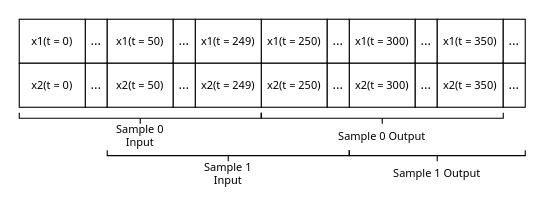
The draw.io diagram plots/two_samples.drawio in visserle/two-hearts, before the edit. Source tidied: cells renumbered, new cells numbered last; positions are measured from the earlier drawing's top-left corner, leaving out a move shared by most shapes. Both pictures are drawn from the tidied source at 110%, with x=0, y=0 at pixel (19, -3).
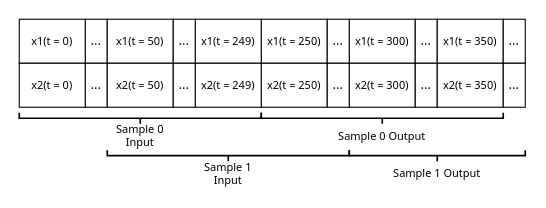
Above is the later version.

Diff of the diagram source:
```diff
@@
-    <mxCell id="24" style="strokeWidth=1;html=1;shape=mxgraph.flowchart.annotation_2;align=left;labelPosition=right;fontSize=10;rotation=-90;fontFamily=Tahoma;" parent="1" vertex="1">
+    <mxCell id="24" style="strokeWidth=1.5;html=1;shape=mxgraph.flowchart.annotation_2;align=left;labelPosition=right;fontSize=10;rotation=-90;fontFamily=Tahoma;" parent="1" vertex="1">
       <mxGeometry x="105" width="10" height="220" as="geometry" />
     </mxCell>
@@
-    <mxCell id="29" style="strokeWidth=1;html=1;shape=mxgraph.flowchart.annotation_2;align=left;labelPosition=right;fontSize=10;rotation=-90;fontFamily=Tahoma;" parent="1" vertex="1">
+    <mxCell id="29" style="strokeWidth=1.5;html=1;shape=mxgraph.flowchart.annotation_2;align=left;labelPosition=right;fontSize=10;rotation=-90;fontFamily=Tahoma;" parent="1" vertex="1">
       <mxGeometry x="185" y="34" width="10" height="220" as="geometry" />
     </mxCell>
-    <mxCell id="30" style="strokeWidth=1;html=1;shape=mxgraph.flowchart.annotation_2;align=left;labelPosition=right;fontSize=10;rotation=-90;fontFamily=Tahoma;" parent="1" vertex="1">
+    <mxCell id="30" style="strokeWidth=1.5;html=1;shape=mxgraph.flowchart.annotation_2;align=left;labelPosition=right;fontSize=10;rotation=-90;fontFamily=Tahoma;" parent="1" vertex="1">
       <mxGeometry x="325" width="10" height="220" as="geometry" />
     </mxCell>
-    <mxCell id="31" style="strokeWidth=1;html=1;shape=mxgraph.flowchart.annotation_2;align=left;labelPosition=right;fontSize=10;rotation=-90;fontFamily=Tahoma;" parent="1" vertex="1">
+    <mxCell id="31" style="strokeWidth=1.5;html=1;shape=mxgraph.flowchart.annotation_2;align=left;labelPosition=right;fontSize=10;rotation=-90;fontFamily=Tahoma;" parent="1" vertex="1">
       <mxGeometry x="375" y="64" width="10" height="160" as="geometry" />
     </mxCell>
```
